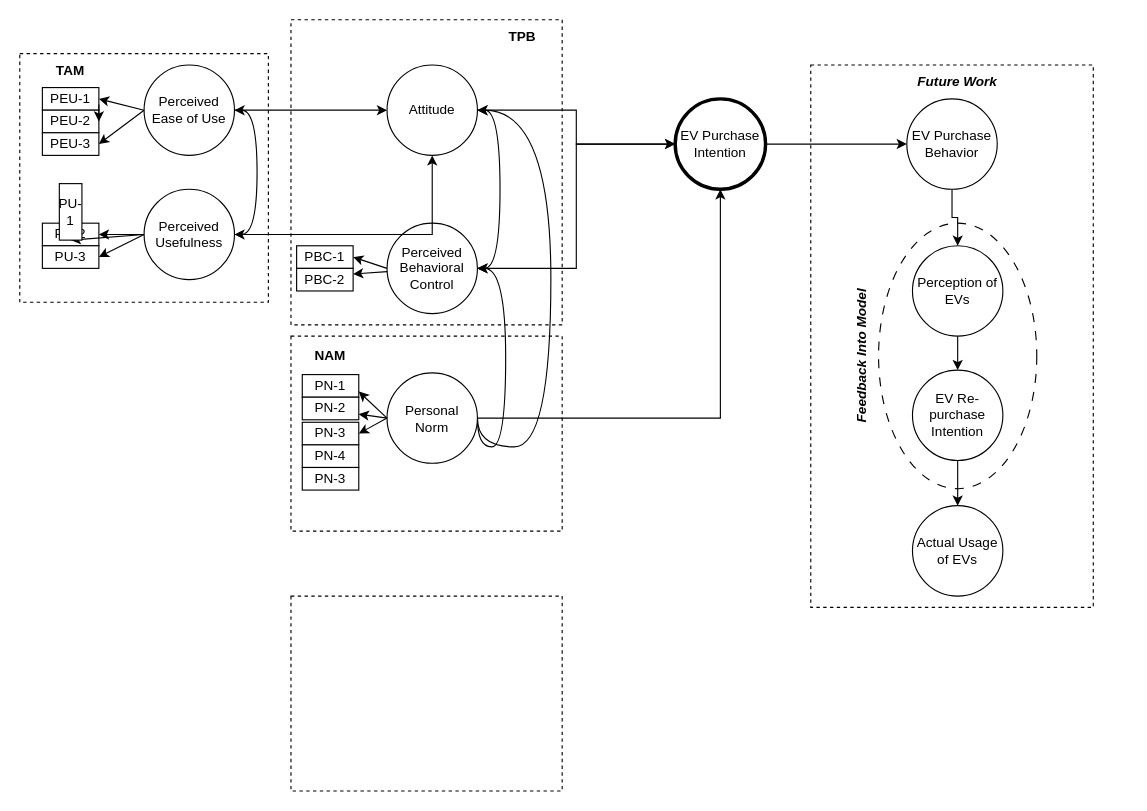
Before: research_framework_2.drawio in ChullEPG/taxi-survey, a draw.io diagram. Source tidied: cells renumbered, new cells numbered last; positions are measured from the earlier drawing's top-left corner, leaving out a move shared by most shapes. Both pictures are drawn from the tidied source at 113%, with x=0, y=0 at pixel (19, 19).
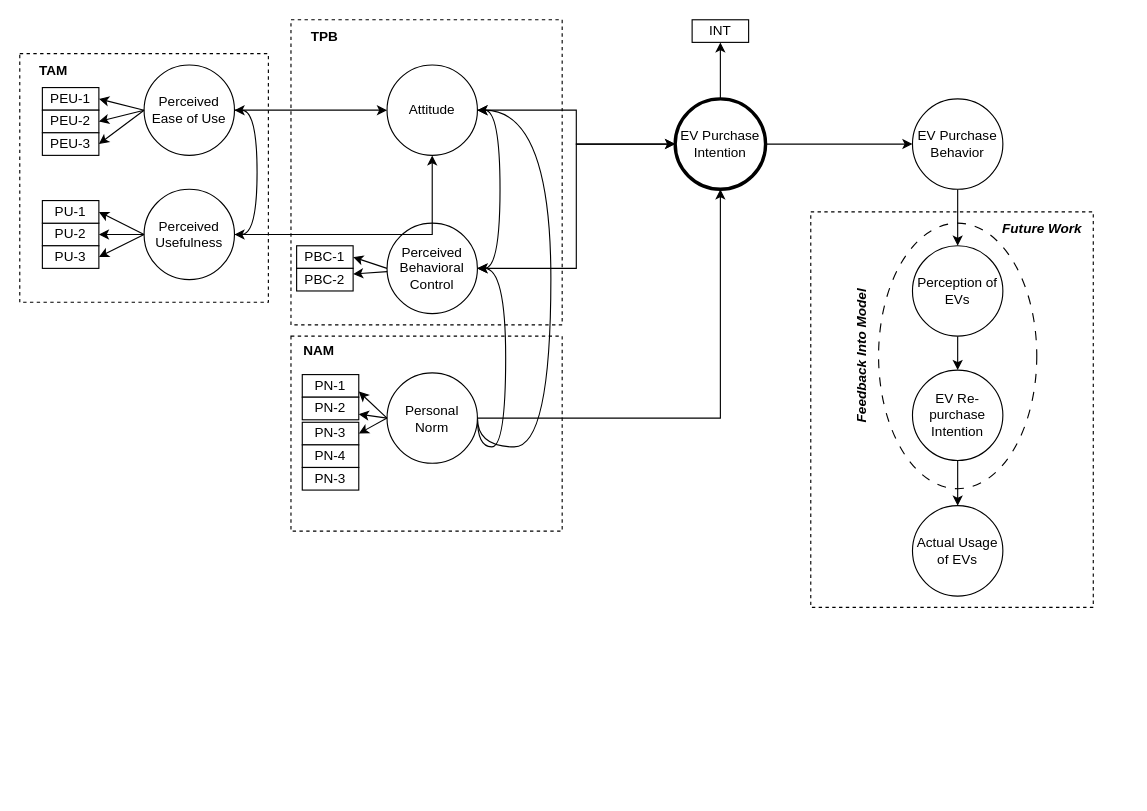
Above is the later version.

The change refers to these unchanged cells:
```xml
<mxCell id="18" value="Perceived Ease of Use" style="ellipse;whiteSpace=wrap;html=1;" parent="1" vertex="1">
  <mxGeometry x="110" y="40" width="80" height="80" as="geometry" />
</mxCell>
<mxCell id="30" value="EV Purchase Intention" style="ellipse;whiteSpace=wrap;html=1;strokeWidth=3;" parent="1" vertex="1">
  <mxGeometry x="580" y="70" width="80" height="80" as="geometry" />
</mxCell>
<mxCell id="41" value="Perceived Usefulness" style="ellipse;whiteSpace=wrap;html=1;" parent="1" vertex="1">
  <mxGeometry x="110" y="150" width="80" height="80" as="geometry" />
</mxCell>
<mxCell id="45" value="PEU-2" style="rounded=0;whiteSpace=wrap;html=1;" parent="1" vertex="1">
  <mxGeometry x="20" y="80" width="50" height="20" as="geometry" />
</mxCell>
```

What changed in the source:
```diff
@@
     <mxCell id="6" style="whiteSpace=wrap;html=1;fillColor=none;dashed=1;" parent="1" vertex="1">
-      <mxGeometry x="700" y="40" width="250" height="480" as="geometry" />
+      <mxGeometry x="700" y="170" width="250" height="350" as="geometry" />
     </mxCell>
@@
     <mxCell id="32" value="EV Purchase Behavior" style="ellipse;whiteSpace=wrap;html=1;" parent="1" vertex="1">
-      <mxGeometry x="785" y="70" width="80" height="80" as="geometry" />
+      <mxGeometry x="790" y="70" width="80" height="80" as="geometry" />
     </mxCell>
     <mxCell id="33" value="&lt;b&gt;&lt;i&gt;Future Work&lt;/i&gt;&lt;/b&gt;" style="text;strokeColor=none;align=center;fillColor=none;html=1;verticalAlign=middle;whiteSpace=wrap;rounded=0;" parent="1" vertex="1">
-      <mxGeometry x="755" y="40" width="150" height="30" as="geometry" />
+      <mxGeometry x="830" y="170" width="150" height="30" as="geometry" />
     </mxCell>
@@
-    <mxCell id="48" style="endArrow=classic;html=1;rounded=0;entryX=1;entryY=0.5;entryDx=0;entryDy=0;" parent="1" edge="1" target="45">
-      <mxGeometry relative="1" as="geometry">
-        <mxPoint x="70" y="75" as="sourcePoint" />
-      </mxGeometry>
-    </mxCell>
@@
     <mxCell id="52" value="&lt;b&gt;TPB&lt;/b&gt;" style="text;strokeColor=none;align=center;fillColor=none;html=1;verticalAlign=middle;whiteSpace=wrap;rounded=0;" parent="1" vertex="1">
-      <mxGeometry x="415" width="60" height="30" as="geometry" />
+      <mxGeometry x="240" width="60" height="30" as="geometry" />
     </mxCell>
     <mxCell id="53" value="&lt;b&gt;TAM&lt;/b&gt;" style="text;strokeColor=none;align=center;fillColor=none;html=1;verticalAlign=middle;whiteSpace=wrap;rounded=0;" parent="1" vertex="1">
-      <mxGeometry x="15" y="30" width="60" height="30" as="geometry" />
+      <mxGeometry y="30" width="60" height="30" as="geometry" />
     </mxCell>
     <mxCell id="54" value="&lt;b&gt;NAM&lt;/b&gt;" style="text;strokeColor=none;align=center;fillColor=none;html=1;verticalAlign=middle;whiteSpace=wrap;rounded=0;" parent="1" vertex="1">
-      <mxGeometry x="245" y="282.5" width="60" height="30" as="geometry" />
+      <mxGeometry x="235" y="277.5" width="60" height="30" as="geometry" />
     </mxCell>
-    <mxCell id="55" style="endArrow=classic;html=1;rounded=0;exitX=0;exitY=0.5;exitDx=0;exitDy=0;entryX=1;entryY=0.5;entryDx=0;entryDy=0;" parent="1" edge="1" source="41" target="56">
-      <mxGeometry relative="1" as="geometry" />
-    </mxCell>
-    <mxCell id="56" value="PU-1" style="rounded=0;whiteSpace=wrap;html=1;direction=south;" parent="1" vertex="1">
-      <mxGeometry x="35" y="145" width="20" height="50" as="geometry" />
-    </mxCell>
-    <mxCell id="57" style="rounded=0;whiteSpace=wrap;html=1;fillColor=none;dashed=1;" parent="1" vertex="1">
-      <mxGeometry x="240" y="510" width="240" height="172.5" as="geometry" />
-    </mxCell>
@@
+    <mxCell id="60" style="endArrow=classic;html=1;rounded=0;exitX=0;exitY=0.5;exitDx=0;exitDy=0;entryX=1;entryY=0.5;entryDx=0;entryDy=0;" parent="1" edge="1" source="18" target="45">
+      <mxGeometry relative="1" as="geometry" />
+    </mxCell>
+    <mxCell id="61" style="endArrow=classic;html=1;rounded=0;exitX=0.5;exitY=0;exitDx=0;exitDy=0;" parent="1" edge="1" source="30">
+      <mxGeometry relative="1" as="geometry">
+        <mxPoint x="620" y="20" as="targetPoint" />
+      </mxGeometry>
+    </mxCell>
+    <mxCell id="62" value="INT" style="rounded=0;whiteSpace=wrap;html=1;" parent="1" vertex="1">
+      <mxGeometry x="595" width="50" height="20" as="geometry" />
+    </mxCell>
+    <mxCell id="56" value="PU-1" style="rounded=0;whiteSpace=wrap;html=1;" parent="1" vertex="1">
+      <mxGeometry x="20" y="160" width="50" height="20" as="geometry" />
+    </mxCell>
+    <mxCell id="55" style="endArrow=classic;html=1;rounded=0;exitX=0;exitY=0.5;exitDx=0;exitDy=0;entryX=1;entryY=0.5;entryDx=0;entryDy=0;" parent="1" edge="1" source="41" target="56">
+      <mxGeometry relative="1" as="geometry" />
+    </mxCell>
```
